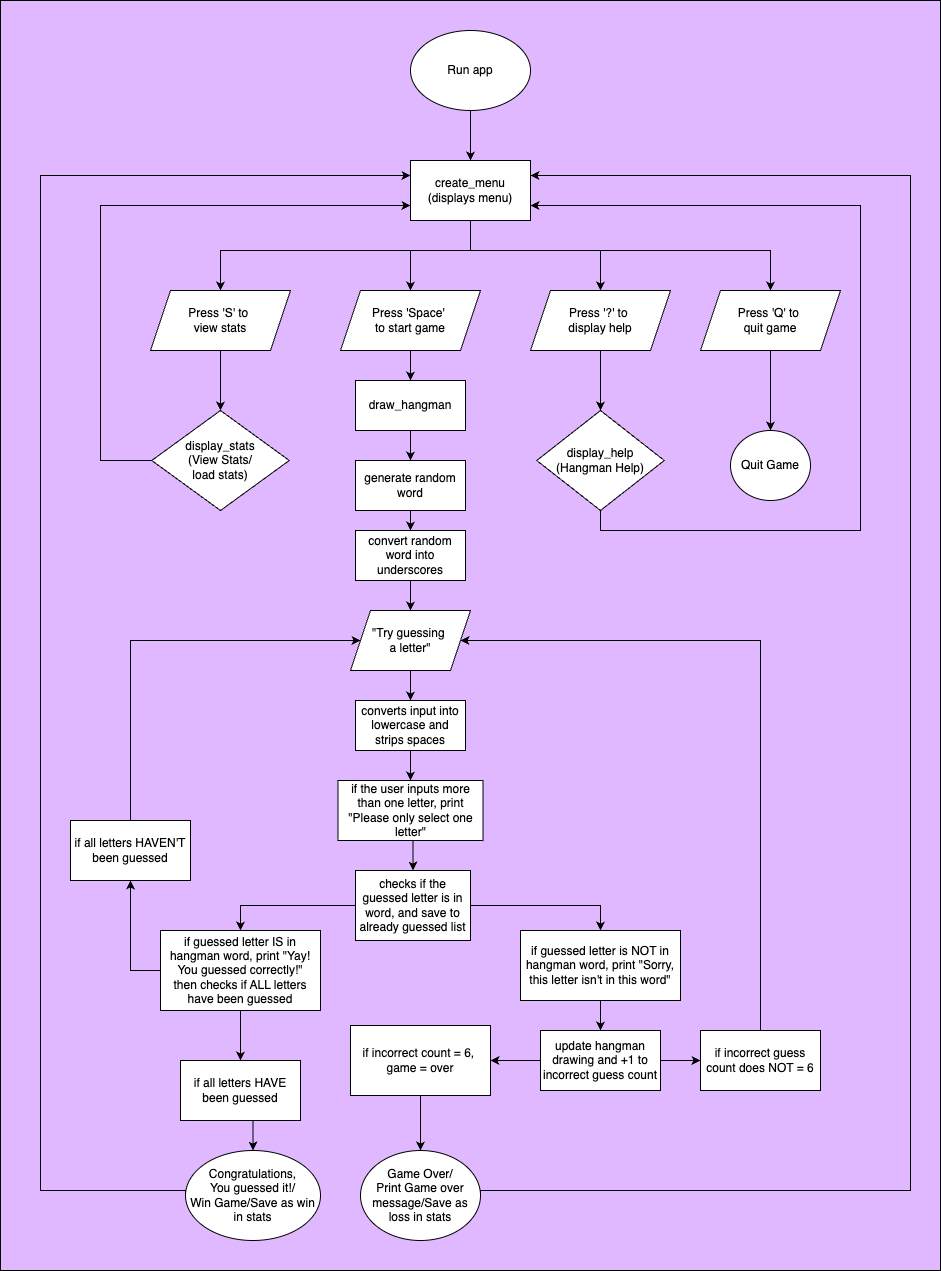
Above: docs/Hangman App.drawio.png in k8-g/T1A3-App (draw.io), before the change. Source tidied: cells renumbered, new cells last; positions are measured from the earlier drawing's top-left corner, leaving out a move shared by most shapes.
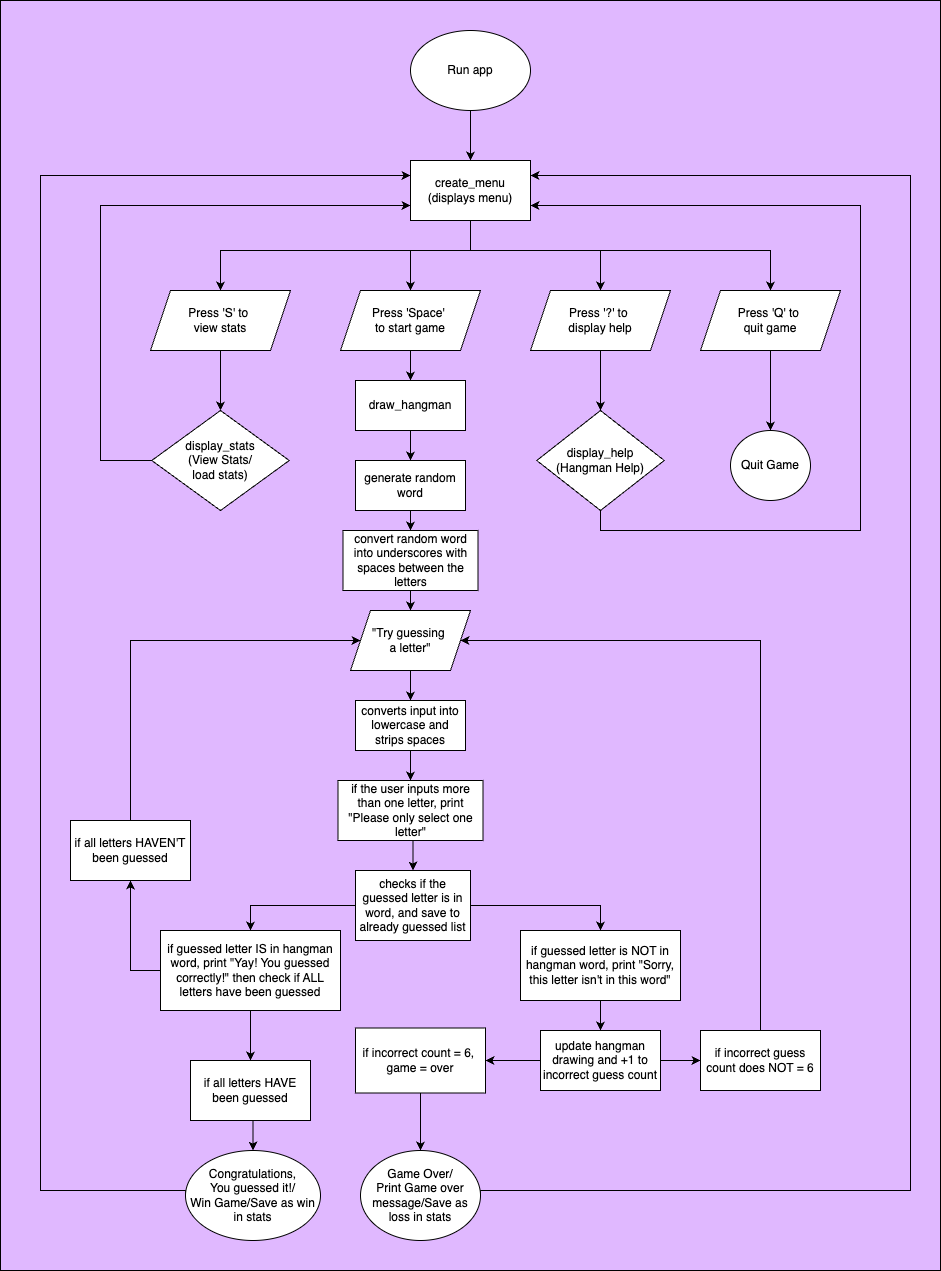
Above is the later version.

Commit message:
Updated flowchart text

The edit, as a diff of the source:
```diff
@@ -119,8 +119,8 @@
     <mxCell id="26" style="edgeStyle=orthogonalEdgeStyle;rounded=0;jettySize=auto;html=1;exitX=0.5;exitY=1;exitDx=0;exitDy=0;entryX=0.5;entryY=0;entryDx=0;entryDy=0;" parent="1" edge="1" source="27" target="29">
       <mxGeometry relative="1" as="geometry" />
     </mxCell>
-    <mxCell id="27" value="convert random word into underscores" style="rounded=0;whiteSpace=wrap;html=1;" parent="1" vertex="1">
-      <mxGeometry x="355" y="530" width="110" height="50" as="geometry" />
+    <mxCell id="27" value="convert random word into underscores with spaces between the letters" style="rounded=0;whiteSpace=wrap;html=1;" parent="1" vertex="1">
+      <mxGeometry x="342.5" y="530" width="135" height="60" as="geometry" />
     </mxCell>
     <mxCell id="28" style="edgeStyle=orthogonalEdgeStyle;rounded=0;jettySize=auto;html=1;exitX=0.5;exitY=1;exitDx=0;exitDy=0;entryX=0.5;entryY=0;entryDx=0;entryDy=0;" parent="1" edge="1" source="29" target="31">
       <mxGeometry relative="1" as="geometry" />
@@ -159,8 +159,8 @@
     <mxCell id="38" style="edgeStyle=orthogonalEdgeStyle;rounded=0;jettySize=auto;html=1;exitX=0.5;exitY=1;exitDx=0;exitDy=0;entryX=0.5;entryY=0;entryDx=0;entryDy=0;" parent="1" edge="1" source="39" target="54">
       <mxGeometry relative="1" as="geometry" />
     </mxCell>
-    <mxCell id="39" value="if guessed letter IS in hangman word, print &quot;Yay! You guessed correctly!&quot;&lt;br&gt;then checks if ALL letters have been guessed" style="rounded=0;whiteSpace=wrap;html=1;" parent="1" vertex="1">
-      <mxGeometry x="160" y="930" width="160" height="80" as="geometry" />
+    <mxCell id="39" value="if guessed letter IS in hangman word, print &quot;Yay! You guessed correctly!&quot; then check if ALL letters have been guessed" style="rounded=0;whiteSpace=wrap;html=1;" parent="1" vertex="1">
+      <mxGeometry x="160" y="930" width="180" height="80" as="geometry" />
     </mxCell>
     <mxCell id="40" style="edgeStyle=orthogonalEdgeStyle;rounded=0;jettySize=auto;html=1;exitX=0.5;exitY=1;exitDx=0;exitDy=0;entryX=0.5;entryY=0;entryDx=0;entryDy=0;" parent="1" edge="1" source="41" target="44">
       <mxGeometry relative="1" as="geometry" />
@@ -181,7 +181,7 @@
       <mxGeometry relative="1" as="geometry" />
     </mxCell>
     <mxCell id="46" value="if incorrect count = 6,&amp;nbsp;&lt;div&gt;game = over&lt;/div&gt;" style="rounded=0;whiteSpace=wrap;html=1;" parent="1" vertex="1">
-      <mxGeometry x="350" y="1025" width="140" height="70" as="geometry" />
+      <mxGeometry x="355" y="1027.5" width="130" height="65" as="geometry" />
     </mxCell>
     <mxCell id="47" style="edgeStyle=orthogonalEdgeStyle;rounded=0;jettySize=auto;html=1;exitX=0.5;exitY=0;exitDx=0;exitDy=0;entryX=1;entryY=0.5;entryDx=0;entryDy=0;" parent="1" edge="1" source="48" target="29">
       <mxGeometry relative="1" as="geometry">
@@ -218,7 +218,7 @@
       <mxGeometry relative="1" as="geometry" />
     </mxCell>
     <mxCell id="54" value="if all letters HAVE been guessed" style="rounded=0;whiteSpace=wrap;html=1;" parent="1" vertex="1">
-      <mxGeometry x="180" y="1060" width="120" height="60" as="geometry" />
+      <mxGeometry x="190" y="1060" width="120" height="60" as="geometry" />
     </mxCell>
     <mxCell id="55" style="edgeStyle=orthogonalEdgeStyle;rounded=0;jettySize=auto;html=1;exitX=0;exitY=0.5;exitDx=0;exitDy=0;entryX=0;entryY=0.25;entryDx=0;entryDy=0;" parent="1" edge="1" source="56" target="9">
       <mxGeometry relative="1" as="geometry">
```
